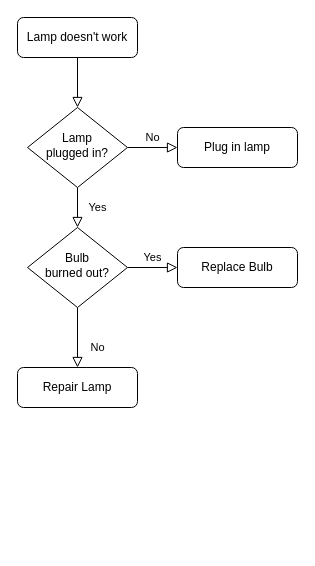
Earlier version of the draw.io diagram Untitled Diagram.drawio (albert-marrero/tap-zapier). Source tidied: cells renumbered, new cells numbered last; positions are measured from the earlier drawing's top-left corner, leaving out a move shared by most shapes. Both pictures are drawn from the tidied source at 100%, with x=0, y=0 at pixel (17, 17).
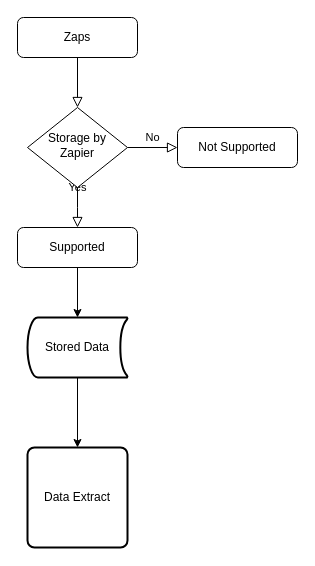
After the change.

Diff of the diagram source:
```diff
@@
 <mxGraphModel>
   <root>
     <mxCell id="0" />
     <mxCell id="1" parent="0" />
     <mxCell id="2" style="rounded=0;html=1;jettySize=auto;fontSize=11;endArrow=block;endFill=0;endSize=8;strokeWidth=1;shadow=0;labelBackgroundColor=none;edgeStyle=orthogonalEdgeStyle;" parent="1" edge="1" source="3" target="6">
       <mxGeometry relative="1" as="geometry" />
     </mxCell>
-    <mxCell id="3" value="Lamp doesn't work" style="rounded=1;whiteSpace=wrap;html=1;fontSize=12;glass=0;strokeWidth=1;shadow=0;" parent="1" vertex="1">
+    <mxCell id="3" value="Zaps" style="rounded=1;whiteSpace=wrap;html=1;fontSize=12;glass=0;strokeWidth=1;shadow=0;" parent="1" vertex="1">
       <mxGeometry width="120" height="40" as="geometry" />
     </mxCell>
-    <mxCell id="4" value="Yes" style="rounded=0;html=1;jettySize=auto;fontSize=11;endArrow=block;endFill=0;endSize=8;strokeWidth=1;shadow=0;labelBackgroundColor=none;edgeStyle=orthogonalEdgeStyle;" parent="1" edge="1" source="6" target="10">
-      <mxGeometry y="20" relative="1" as="geometry" />
+    <mxCell id="4" value="Yes" style="rounded=0;html=1;jettySize=auto;fontSize=11;endArrow=block;endFill=0;endSize=8;strokeWidth=1;shadow=0;labelBackgroundColor=none;edgeStyle=orthogonalEdgeStyle;" parent="1" edge="1" source="6">
+      <mxGeometry y="20" relative="1" as="geometry">
+        <mxPoint x="60" y="210" as="targetPoint" />
+      </mxGeometry>
     </mxCell>
     <mxCell id="5" value="No" style="edgeStyle=orthogonalEdgeStyle;rounded=0;html=1;jettySize=auto;fontSize=11;endArrow=block;endFill=0;endSize=8;strokeWidth=1;shadow=0;labelBackgroundColor=none;" parent="1" edge="1" source="6" target="7">
       <mxGeometry y="10" relative="1" as="geometry" />
     </mxCell>
-    <mxCell id="6" value="Lamp&lt;br&gt;plugged in?" style="rhombus;whiteSpace=wrap;html=1;shadow=0;fontFamily=Helvetica;fontSize=12;align=center;strokeWidth=1;spacing=6;spacingTop=-4;" parent="1" vertex="1">
+    <mxCell id="6" value="Storage by Zapier" style="rhombus;whiteSpace=wrap;html=1;shadow=0;fontFamily=Helvetica;fontSize=12;align=center;strokeWidth=1;spacing=6;spacingTop=-4;" parent="1" vertex="1">
       <mxGeometry x="10" y="90" width="100" height="80" as="geometry" />
     </mxCell>
-    <mxCell id="7" value="Plug in lamp" style="rounded=1;whiteSpace=wrap;html=1;fontSize=12;glass=0;strokeWidth=1;shadow=0;" parent="1" vertex="1">
+    <mxCell id="7" value="Not Supported" style="rounded=1;whiteSpace=wrap;html=1;fontSize=12;glass=0;strokeWidth=1;shadow=0;" parent="1" vertex="1">
       <mxGeometry x="160" y="110" width="120" height="40" as="geometry" />
     </mxCell>
-    <mxCell id="8" value="No" style="rounded=0;html=1;jettySize=auto;fontSize=11;endArrow=block;endFill=0;endSize=8;strokeWidth=1;shadow=0;labelBackgroundColor=none;edgeStyle=orthogonalEdgeStyle;" parent="1" edge="1" source="10" target="11">
-      <mxGeometry x="0.33" y="20" relative="1" as="geometry" />
-    </mxCell>
-    <mxCell id="9" value="Yes" style="edgeStyle=orthogonalEdgeStyle;rounded=0;html=1;jettySize=auto;fontSize=11;endArrow=block;endFill=0;endSize=8;strokeWidth=1;shadow=0;labelBackgroundColor=none;" parent="1" edge="1" source="10" target="12">
-      <mxGeometry y="10" relative="1" as="geometry" />
-    </mxCell>
-    <mxCell id="10" value="Bulb&lt;br&gt;burned out?" style="rhombus;whiteSpace=wrap;html=1;shadow=0;fontFamily=Helvetica;fontSize=12;align=center;strokeWidth=1;spacing=6;spacingTop=-4;" parent="1" vertex="1">
-      <mxGeometry x="10" y="210" width="100" height="80" as="geometry" />
-    </mxCell>
-    <mxCell id="11" value="Repair Lamp" style="rounded=1;whiteSpace=wrap;html=1;fontSize=12;glass=0;strokeWidth=1;shadow=0;" parent="1" vertex="1">
-      <mxGeometry y="350" width="120" height="40" as="geometry" />
-    </mxCell>
-    <mxCell id="12" value="Replace Bulb" style="rounded=1;whiteSpace=wrap;html=1;fontSize=12;glass=0;strokeWidth=1;shadow=0;" parent="1" vertex="1">
-      <mxGeometry x="160" y="230" width="120" height="40" as="geometry" />
-    </mxCell>
+    <mxCell id="13" style="edgeStyle=orthogonalEdgeStyle;rounded=0;jettySize=auto;html=1;exitX=0.5;exitY=1;exitDx=0;exitDy=0;exitPerimeter=0;" parent="1" edge="1" source="14" target="17">
+      <mxGeometry relative="1" as="geometry" />
+    </mxCell>
+    <mxCell id="14" value="Stored Data" style="strokeWidth=2;html=1;shape=mxgraph.flowchart.stored_data;whiteSpace=wrap;" parent="1" vertex="1">
+      <mxGeometry x="10" y="300" width="100" height="60" as="geometry" />
+    </mxCell>
+    <mxCell id="15" style="edgeStyle=orthogonalEdgeStyle;rounded=0;jettySize=auto;html=1;exitX=0.5;exitY=1;exitDx=0;exitDy=0;entryX=0.5;entryY=0;entryDx=0;entryDy=0;entryPerimeter=0;" parent="1" edge="1" source="16" target="14">
+      <mxGeometry relative="1" as="geometry" />
+    </mxCell>
+    <mxCell id="16" value="Supported" style="rounded=1;whiteSpace=wrap;html=1;fontSize=12;glass=0;strokeWidth=1;shadow=0;" parent="1" vertex="1">
+      <mxGeometry y="210" width="120" height="40" as="geometry" />
+    </mxCell>
+    <mxCell id="17" value="Data Extract" style="rounded=1;whiteSpace=wrap;html=1;absoluteArcSize=1;arcSize=14;strokeWidth=2;" parent="1" vertex="1">
+      <mxGeometry x="10" y="430" width="100" height="100" as="geometry" />
+    </mxCell>
   </root>
 </mxGraphModel>
```
